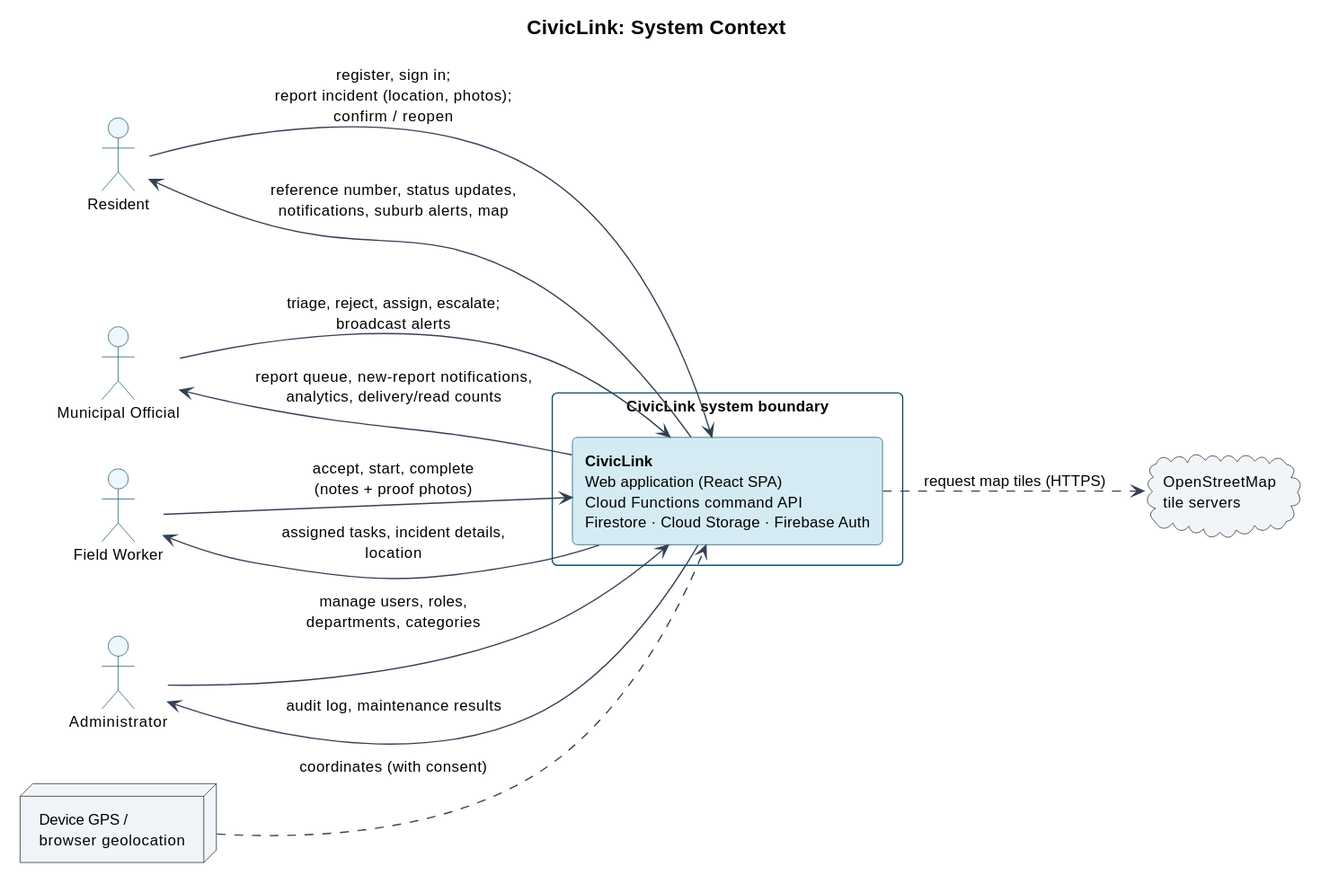
Earlier version of the PlantUML export docs/diagrams/context.svg (altechemist/civiclink).
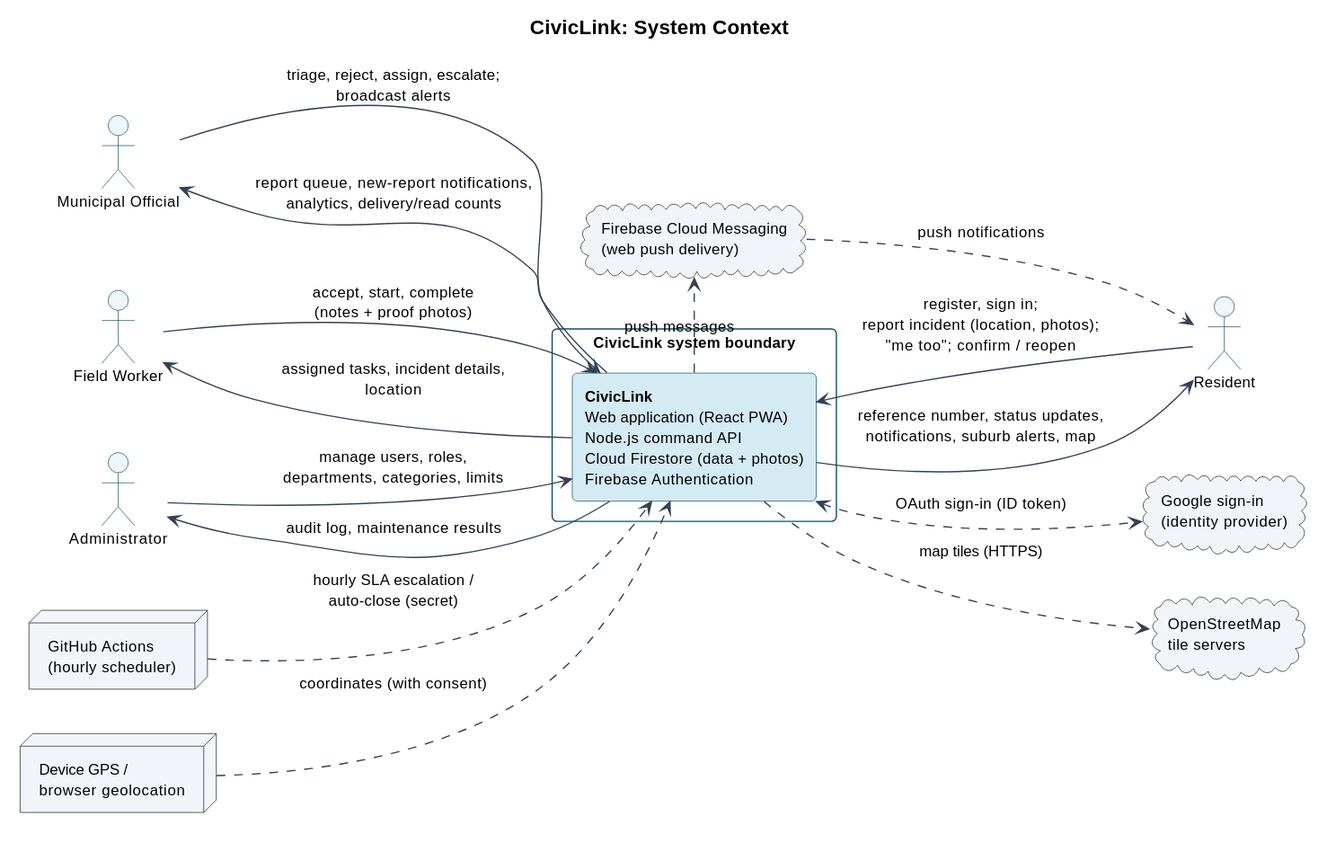
After the commit.

The edit, as a diff of the source:
```diff
@@ -9,20 +9,27 @@
 actor "Administrator" as A
 
 rectangle "CivicLink system boundary" as SYS #ffffff {
-  rectangle "**CivicLink**\nWeb application (React SPA)\nCloud Functions command API\nFirestore · Cloud Storage · Firebase Auth" as C #d5ebf4
+  rectangle "**CivicLink**\nWeb application (React PWA)\nNode.js command API\nCloud Firestore (data + photos)\nFirebase Authentication" as C #d5ebf4
 }
 
+cloud "Google sign-in\n(identity provider)" as G #f1f5f9
+cloud "Firebase Cloud Messaging\n(web push delivery)" as FCM #f1f5f9
 cloud "OpenStreetMap\ntile servers" as OSM #f1f5f9
+node "GitHub Actions\n(hourly scheduler)" as GHA #f1f5f9
 node "Device GPS /\nbrowser geolocation" as GPS #f1f5f9
 
-R --> C : register, sign in;\nreport incident (location, photos);\nconfirm / reopen
+R --> C : register, sign in;\nreport incident (location, photos);\n"me too"; confirm / reopen
 C --> R : reference number, status updates,\nnotifications, suburb alerts, map
 O --> C : triage, reject, assign, escalate;\nbroadcast alerts
 C --> O : report queue, new-report notifications,\nanalytics, delivery/read counts
 W --> C : accept, start, complete\n(notes + proof photos)
 C --> W : assigned tasks, incident details,\nlocation
-A --> C : manage users, roles,\ndepartments, categories
+A --> C : manage users, roles,\ndepartments, categories, limits
 C --> A : audit log, maintenance results
-C ..> OSM : request map tiles (HTTPS)
+C <..> G : OAuth sign-in (ID token)
+C ..> FCM : push messages
+FCM ..> R : push notifications
+C ..> OSM : map tiles (HTTPS)
+GHA ..> C : hourly SLA escalation /\nauto-close (secret)
 GPS ..> C : coordinates (with consent)
 @enduml
```
